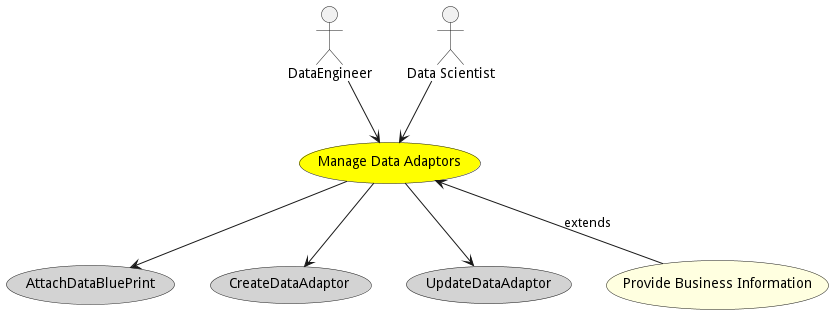
Before: docs/edgemere/diml/ddf/usecases/managedataadaptors/Activities.png, a diagram exported from PlantUML (madajaju/edgemere).
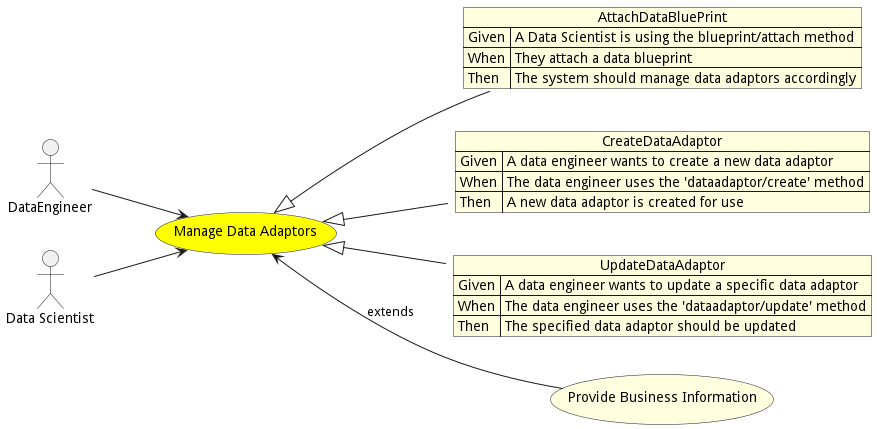
The same diagram one commit later.

What changed in the source:
```diff
@@ -1,5 +1,7 @@
 @startuml
 
+
+left to right direction
 
 usecase "Manage Data Adaptors" as ManageDataAdaptors #yellow
 
@@ -13,17 +15,29 @@
 
 
 
-usecase "AttachDataBluePrint" as AttachDataBluePrint #lightgrey
+json AttachDataBluePrint #lightyellow {
+    "Given": "A Data Scientist is using the blueprint/attach method",
+    "When": "They attach a data blueprint",
+    "Then": "The system should manage data adaptors accordingly"
+}
 
-ManageDataAdaptors --> AttachDataBluePrint
+ManageDataAdaptors <|-- AttachDataBluePrint
 
-usecase "CreateDataAdaptor" as CreateDataAdaptor #lightgrey
+json CreateDataAdaptor #lightyellow {
+    "Given": "A data engineer wants to create a new data adaptor",
+    "When": "The data engineer uses the &#39;dataadaptor/create&#39; method",
+    "Then": "A new data adaptor is created for use"
+}
 
-ManageDataAdaptors --> CreateDataAdaptor
+ManageDataAdaptors <|-- CreateDataAdaptor
 
-usecase "UpdateDataAdaptor" as UpdateDataAdaptor #lightgrey
+json UpdateDataAdaptor #lightyellow {
+    "Given": "A data engineer wants to update a specific data adaptor",
+    "When": "The data engineer uses the &#39;dataadaptor/update&#39; method",
+    "Then": "The specified data adaptor should be updated"
+}
 
-ManageDataAdaptors --> UpdateDataAdaptor
+ManageDataAdaptors <|-- UpdateDataAdaptor
 
 
 
```
